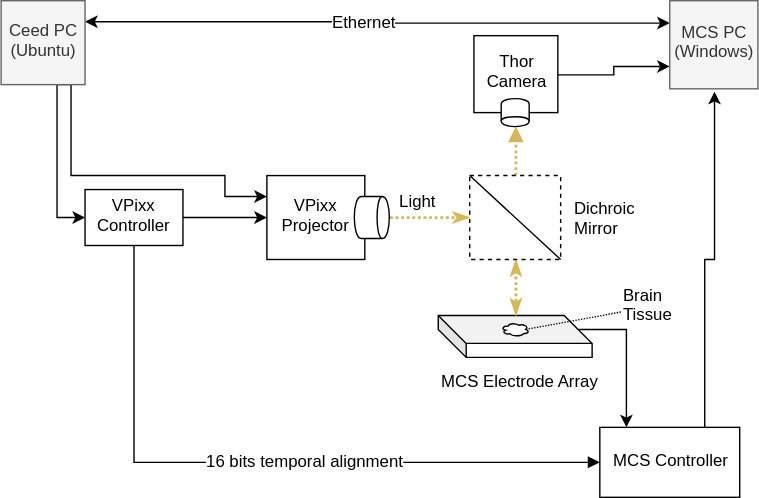
matham/ceed keeps this draw.io diagram as doc/source/media/physical_drawing.svg. Above is the earlier version. Source tidied: cells renumbered, new cells last; positions are measured from the earlier drawing's top-left corner, leaving out a move shared by most shapes. The source it was exported from:
```xml
<mxGraphModel>
  <root>
    <mxCell id="0" />
    <mxCell id="1" parent="0" />
    <mxCell id="2" style="edgeStyle=orthogonalEdgeStyle;rounded=0;jettySize=auto;html=1;exitX=0.75;exitY=1;exitDx=0;exitDy=0;entryX=0;entryY=0.5;entryDx=0;entryDy=0;" parent="1" edge="1" source="6" target="10">
      <mxGeometry relative="1" as="geometry">
        <Array as="points">
          <mxPoint x="40" y="60" />
          <mxPoint x="40" y="155" />
        </Array>
      </mxGeometry>
    </mxCell>
    <mxCell id="3" style="edgeStyle=orthogonalEdgeStyle;rounded=0;jettySize=auto;html=1;exitX=0.75;exitY=1;exitDx=0;exitDy=0;entryX=0;entryY=0.25;entryDx=0;entryDy=0;" parent="1" edge="1" source="6" target="11">
      <mxGeometry relative="1" as="geometry">
        <Array as="points">
          <mxPoint x="50" y="60" />
          <mxPoint x="50" y="125" />
          <mxPoint x="160" y="125" />
          <mxPoint x="160" y="140" />
        </Array>
      </mxGeometry>
    </mxCell>
    <mxCell id="4" style="edgeStyle=orthogonalEdgeStyle;rounded=0;jumpSize=15;jettySize=auto;html=1;exitX=1;exitY=0.25;exitDx=0;exitDy=0;entryX=0;entryY=0.25;entryDx=0;entryDy=0;startArrow=classic;startFill=1;endArrow=classic;endFill=1;strokeWidth=1;" parent="1" edge="1" source="6" target="29">
      <mxGeometry relative="1" as="geometry" />
    </mxCell>
    <mxCell id="5" value="Ethernet" style="text;html=1;align=center;verticalAlign=middle;labelBackgroundColor=#ffffff;" parent="4" vertex="1">
      <mxGeometry y="-10" relative="1" as="geometry">
        <mxPoint x="-10" y="-10" as="offset" />
      </mxGeometry>
    </mxCell>
    <mxCell id="6" value="&lt;div&gt;Ceed PC&lt;/div&gt;&lt;div&gt;(Ubuntu)&lt;br&gt;&lt;/div&gt;" style="whiteSpace=wrap;html=1;fillColor=#f5f5f5;strokeColor=#666666;fontColor=#333333;" parent="1" vertex="1">
      <mxGeometry width="60" height="60" as="geometry" />
    </mxCell>
    <mxCell id="7" style="edgeStyle=orthogonalEdgeStyle;rounded=0;jettySize=auto;html=1;" parent="1" edge="1" source="10" target="11">
      <mxGeometry relative="1" as="geometry" />
    </mxCell>
    <mxCell id="8" style="edgeStyle=orthogonalEdgeStyle;rounded=0;jumpSize=15;jettySize=auto;html=1;exitX=0.5;exitY=1;exitDx=0;exitDy=0;entryX=0;entryY=0.5;entryDx=0;entryDy=0;endArrow=block;endFill=1;strokeWidth=1;" parent="1" edge="1" source="10" target="31">
      <mxGeometry relative="1" as="geometry">
        <Array as="points">
          <mxPoint x="95" y="330" />
        </Array>
      </mxGeometry>
    </mxCell>
    <mxCell id="9" value="16 bits temporal alignment" style="text;html=1;align=center;verticalAlign=middle;labelBackgroundColor=#ffffff;" parent="8" vertex="1">
      <mxGeometry x="-0.53" y="46" relative="1" as="geometry">
        <mxPoint x="79" y="40" as="offset" />
      </mxGeometry>
    </mxCell>
    <mxCell id="10" value="VPixx Controller" style="rounded=0;whiteSpace=wrap;html=1;" parent="1" vertex="1">
      <mxGeometry x="60" y="135" width="70" height="40" as="geometry" />
    </mxCell>
    <mxCell id="11" value="VPixx Projector" style="rounded=0;whiteSpace=wrap;html=1;" parent="1" vertex="1">
      <mxGeometry x="190" y="125" width="70" height="60" as="geometry" />
    </mxCell>
    <mxCell id="12" style="edgeStyle=orthogonalEdgeStyle;rounded=0;jettySize=auto;html=1;exitX=0.5;exitY=0;exitDx=0;exitDy=0;entryX=0;entryY=0.5;entryDx=0;entryDy=0;strokeWidth=2;endArrow=classicThin;endFill=1;dashed=1;dashPattern=1 1;gradientColor=#ffd966;fillColor=#fff2cc;strokeColor=#d6b656;" parent="1" edge="1" source="13" target="19">
      <mxGeometry relative="1" as="geometry" />
    </mxCell>
    <mxCell id="13" style="shape=cylinder;whiteSpace=wrap;html=1;boundedLbl=1;backgroundOutline=1;rotation=90;" parent="1" vertex="1">
      <mxGeometry x="250" y="142.5" width="30" height="25" as="geometry" />
    </mxCell>
    <mxCell id="14" style="edgeStyle=orthogonalEdgeStyle;rounded=0;jumpSize=15;jettySize=auto;html=1;exitX=0;exitY=0;exitDx=100;exitDy=10;exitPerimeter=0;entryX=0.19;entryY=0;entryDx=0;entryDy=0;entryPerimeter=0;startArrow=none;startFill=0;endArrow=classic;endFill=1;strokeWidth=1;" parent="1" edge="1" source="15" target="31">
      <mxGeometry relative="1" as="geometry" />
    </mxCell>
    <mxCell id="15" style="shape=cube;whiteSpace=wrap;html=1;boundedLbl=1;backgroundOutline=1;darkOpacity=0.05;darkOpacity2=0.1;" parent="1" vertex="1">
      <mxGeometry x="312.5" y="225" width="110" height="30" as="geometry" />
    </mxCell>
    <mxCell id="16" style="ellipse;shape=cloud;whiteSpace=wrap;html=1;" parent="1" vertex="1">
      <mxGeometry x="357.5" y="230" width="20" height="10" as="geometry" />
    </mxCell>
    <mxCell id="17" style="edgeStyle=orthogonalEdgeStyle;rounded=0;jumpSize=15;jettySize=auto;html=1;exitX=0.5;exitY=1;exitDx=0;exitDy=0;endArrow=classicThin;endFill=1;strokeWidth=2;startArrow=classicThin;startFill=1;dashed=1;dashPattern=1 1;fillColor=#fff2cc;strokeColor=#d6b656;gradientColor=#ffd966;" parent="1" edge="1" source="19" target="15">
      <mxGeometry relative="1" as="geometry" />
    </mxCell>
    <mxCell id="18" style="edgeStyle=orthogonalEdgeStyle;rounded=0;jumpSize=15;jettySize=auto;html=1;exitX=0.5;exitY=0;exitDx=0;exitDy=0;entryX=0.5;entryY=0;entryDx=0;entryDy=0;endArrow=block;endFill=1;strokeWidth=2;dashed=1;dashPattern=1 1;gradientColor=#ffd966;fillColor=#fff2cc;strokeColor=#d6b656;" parent="1" edge="1" source="19" target="25">
      <mxGeometry relative="1" as="geometry" />
    </mxCell>
    <mxCell id="19" style="rounded=0;whiteSpace=wrap;html=1;fillColor=#ffffff;strokeColor=#000000;dashed=1;" parent="1" vertex="1">
      <mxGeometry x="335" y="125" width="65" height="60" as="geometry" />
    </mxCell>
    <mxCell id="20" value="MCS Electrode Array" style="text;html=1;align=left;verticalAlign=top;spacingTop=-4;" parent="1" vertex="1">
      <mxGeometry x="313" y="265" width="130" height="20" as="geometry" />
    </mxCell>
    <mxCell id="21" style="endArrow=none;html=1;" parent="1" edge="1">
      <mxGeometry relative="1" as="geometry">
        <mxPoint x="400" y="185" as="sourcePoint" />
        <mxPoint x="335" y="125" as="targetPoint" />
      </mxGeometry>
    </mxCell>
    <mxCell id="22" value="&lt;div&gt;Dichroic&lt;/div&gt;&lt;div&gt;Mirror&lt;/div&gt;" style="text;html=1;align=left;verticalAlign=top;spacingTop=-4;" parent="1" vertex="1">
      <mxGeometry x="408" y="141" width="60" height="30" as="geometry" />
    </mxCell>
    <mxCell id="23" style="edgeStyle=orthogonalEdgeStyle;rounded=0;jumpSize=15;jettySize=auto;html=1;entryX=0;entryY=0.75;entryDx=0;entryDy=0;startArrow=none;startFill=0;endArrow=classic;endFill=1;strokeWidth=1;" parent="1" edge="1" source="24" target="29">
      <mxGeometry relative="1" as="geometry" />
    </mxCell>
    <mxCell id="24" value="&lt;div&gt;Thor&lt;br&gt;&lt;/div&gt;&lt;div&gt;Camera&lt;/div&gt;" style="rounded=0;whiteSpace=wrap;html=1;strokeColor=#000000;fillColor=#ffffff;" parent="1" vertex="1">
      <mxGeometry x="338" y="25" width="60" height="55" as="geometry" />
    </mxCell>
    <mxCell id="25" style="shape=cylinder;whiteSpace=wrap;html=1;boundedLbl=1;backgroundOutline=1;strokeColor=#000000;fillColor=#ffffff;rotation=180;" parent="1" vertex="1">
      <mxGeometry x="357.5" y="70" width="20" height="20" as="geometry" />
    </mxCell>
    <mxCell id="26" style="edgeStyle=none;rounded=0;jumpSize=15;jettySize=auto;html=1;entryX=0.875;entryY=0.5;entryDx=0;entryDy=0;entryPerimeter=0;dashed=1;dashPattern=1 1;startArrow=none;startFill=0;endArrow=none;endFill=0;strokeWidth=1;" parent="1" edge="1" source="27" target="16">
      <mxGeometry relative="1" as="geometry" />
    </mxCell>
    <mxCell id="27" value="&lt;div&gt;Brain&lt;/div&gt;&lt;div&gt;Tissue&lt;/div&gt;" style="text;html=1;points=[];align=left;verticalAlign=top;spacingTop=-4;" parent="1" vertex="1">
      <mxGeometry x="443" y="203" width="50" height="30" as="geometry" />
    </mxCell>
    <mxCell id="28" value="Light" style="text;html=1;align=left;verticalAlign=top;spacingTop=-4;" parent="1" vertex="1">
      <mxGeometry x="282.5" y="136" width="40" height="20" as="geometry" />
    </mxCell>
    <mxCell id="29" value="&lt;div&gt;MCS PC&lt;/div&gt;&lt;div&gt;(Windows)&lt;br&gt;&lt;/div&gt;" style="whiteSpace=wrap;html=1;fillColor=#f5f5f5;strokeColor=#666666;fontColor=#333333;" parent="1" vertex="1">
      <mxGeometry x="478" width="63" height="63" as="geometry" />
    </mxCell>
    <mxCell id="30" style="edgeStyle=orthogonalEdgeStyle;rounded=0;jumpSize=15;jettySize=auto;html=1;exitX=0.75;exitY=0;exitDx=0;exitDy=0;startArrow=none;startFill=0;endArrow=classic;endFill=1;strokeWidth=1;" parent="1" edge="1" source="31">
      <mxGeometry relative="1" as="geometry">
        <mxPoint x="510" y="65" as="targetPoint" />
      </mxGeometry>
    </mxCell>
    <mxCell id="31" value="MCS Controller" style="rounded=0;whiteSpace=wrap;html=1;strokeColor=#000000;fillColor=#ffffff;" parent="1" vertex="1">
      <mxGeometry x="428" y="305" width="100" height="50" as="geometry" />
    </mxCell>
  </root>
</mxGraphModel>
```
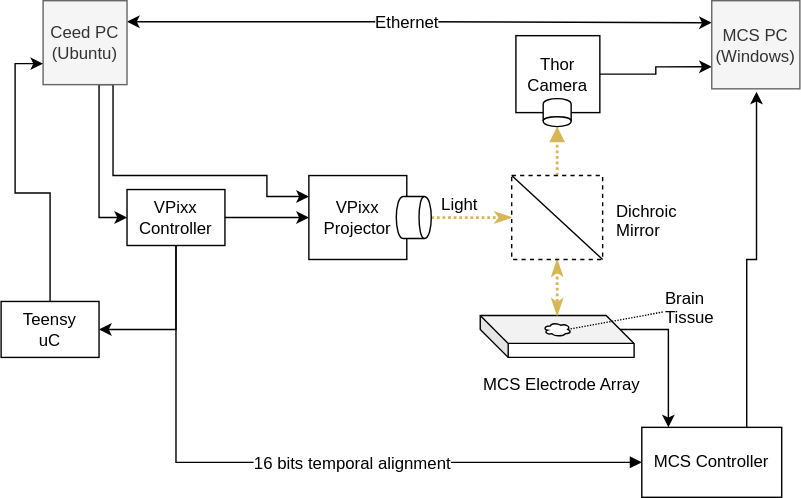
The same diagram one commit later.

What changed in the source:
```diff
@@ -35,17 +35,16 @@
       <mxGeometry relative="1" as="geometry" />
     </mxCell>
     <mxCell id="8" style="edgeStyle=orthogonalEdgeStyle;rounded=0;jumpSize=15;jettySize=auto;html=1;exitX=0.5;exitY=1;exitDx=0;exitDy=0;entryX=0;entryY=0.5;entryDx=0;entryDy=0;endArrow=block;endFill=1;strokeWidth=1;" parent="1" edge="1" source="10" target="31">
-      <mxGeometry relative="1" as="geometry">
-        <Array as="points">
-          <mxPoint x="95" y="330" />
-        </Array>
-      </mxGeometry>
+      <mxGeometry relative="1" as="geometry" />
     </mxCell>
     <mxCell id="9" value="16 bits temporal alignment" style="text;html=1;align=center;verticalAlign=middle;labelBackgroundColor=#ffffff;" parent="8" vertex="1">
       <mxGeometry x="-0.53" y="46" relative="1" as="geometry">
         <mxPoint x="79" y="40" as="offset" />
       </mxGeometry>
     </mxCell>
+    <mxCell id="32" style="edgeStyle=orthogonalEdgeStyle;rounded=0;jettySize=auto;html=1;exitX=0.5;exitY=1;exitDx=0;exitDy=0;entryX=1;entryY=0.5;entryDx=0;entryDy=0;" parent="1" edge="1" source="10" target="34">
+      <mxGeometry relative="1" as="geometry" />
+    </mxCell>
     <mxCell id="10" value="VPixx Controller" style="rounded=0;whiteSpace=wrap;html=1;" parent="1" vertex="1">
       <mxGeometry x="60" y="135" width="70" height="40" as="geometry" />
     </mxCell>
@@ -117,5 +116,11 @@
     <mxCell id="31" value="MCS Controller" style="rounded=0;whiteSpace=wrap;html=1;strokeColor=#000000;fillColor=#ffffff;" parent="1" vertex="1">
       <mxGeometry x="428" y="305" width="100" height="50" as="geometry" />
     </mxCell>
+    <mxCell id="33" style="edgeStyle=orthogonalEdgeStyle;rounded=0;jettySize=auto;html=1;exitX=0.5;exitY=0;exitDx=0;exitDy=0;entryX=0;entryY=0.75;entryDx=0;entryDy=0;" parent="1" edge="1" source="34" target="6">
+      <mxGeometry relative="1" as="geometry" />
+    </mxCell>
+    <mxCell id="34" value="&lt;div&gt;Teensy&lt;/div&gt;uC" style="rounded=0;whiteSpace=wrap;html=1;" parent="1" vertex="1">
+      <mxGeometry x="-30" y="215" width="70" height="40" as="geometry" />
+    </mxCell>
   </root>
 </mxGraphModel>
```
